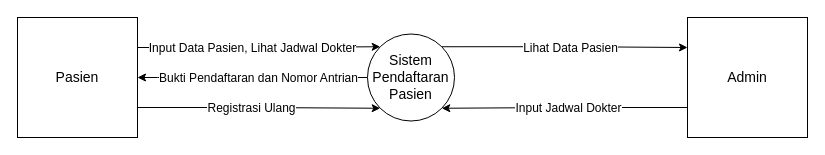
Above: page "DFD" (2 of 5) of Flowchart KlinikGo.drawio in riotryulianto/PBI-system-analyst (draw.io), before the change. Source tidied: cells renumbered, new cells numbered last; positions are measured from the earlier drawing's top-left corner, leaving out a move shared by most shapes. Both pictures are drawn from the tidied source at 100%, with x=0, y=0 at pixel (17, 17).
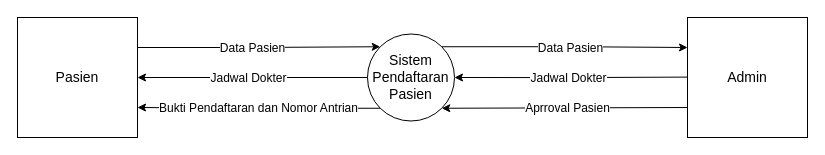
The same page after the edit.

The change refers to these unchanged cells:
```xml
<mxCell id="4" style="edgeStyle=orthogonalEdgeStyle;rounded=0;jettySize=auto;html=1;exitX=1;exitY=0;exitDx=0;exitDy=0;entryX=0;entryY=0.25;entryDx=0;entryDy=0;" parent="1" edge="1" source="6" target="9">
  <mxGeometry relative="1" as="geometry" />
</mxCell>
<mxCell id="6" value="Sistem Pendaftaran Pasien" style="ellipse;whiteSpace=wrap;html=1;fontSize=14;" parent="1" vertex="1">
  <mxGeometry x="350" y="16.5" width="87" height="87" as="geometry" />
</mxCell>
<mxCell id="9" value="Admin" style="whiteSpace=wrap;html=1;fontSize=14;" parent="1" vertex="1">
  <mxGeometry x="670" width="120" height="120" as="geometry" />
</mxCell>
<mxCell id="10" style="edgeStyle=orthogonalEdgeStyle;rounded=0;jettySize=auto;html=1;exitX=1;exitY=0.25;exitDx=0;exitDy=0;entryX=0;entryY=0;entryDx=0;entryDy=0;" parent="1" edge="1" source="14" target="6">
  <mxGeometry relative="1" as="geometry" />
</mxCell>
<mxCell id="14" value="Pasien" style="whiteSpace=wrap;html=1;fontSize=14;dashed=0;" parent="1" vertex="1">
  <mxGeometry width="120" height="120" as="geometry" />
</mxCell>
```

The edit, as a diff of the source:
```diff
@@
-    <mxCell id="2" style="edgeStyle=orthogonalEdgeStyle;rounded=0;jettySize=auto;html=1;exitX=0;exitY=0.5;exitDx=0;exitDy=0;entryX=1;entryY=0.5;entryDx=0;entryDy=0;" parent="1" edge="1" source="6" target="14">
-      <mxGeometry relative="1" as="geometry">
-        <Array as="points">
-          <mxPoint x="140" y="60" />
-          <mxPoint x="140" y="60" />
-        </Array>
-      </mxGeometry>
+    <mxCell id="2" style="edgeStyle=orthogonalEdgeStyle;rounded=0;jettySize=auto;html=1;exitX=0;exitY=1;exitDx=0;exitDy=0;entryX=1;entryY=0.75;entryDx=0;entryDy=0;" parent="1" edge="1" source="6" target="14">
+      <mxGeometry relative="1" as="geometry" />
     </mxCell>
     <mxCell id="3" value="Bukti Pendaftaran dan Nomor Antrian" style="edgeLabel;html=1;align=center;verticalAlign=middle;fontSize=12;" parent="2" vertex="1">
       <mxGeometry x="0.06" y="-1" relative="1" as="geometry">
-        <mxPoint x="12" y="1" as="offset" />
+        <mxPoint x="6" y="1" as="offset" />
       </mxGeometry>
     </mxCell>
@@
-    <mxCell id="5" value="Lihat Data Pasien" style="edgeLabel;html=1;align=center;verticalAlign=middle;fontSize=12;" parent="4" vertex="1">
+    <mxCell id="5" value="Data Pasien" style="edgeLabel;html=1;align=center;verticalAlign=middle;fontSize=12;" parent="4" vertex="1">
       <mxGeometry x="-0.12" y="-2" relative="1" as="geometry">
         <mxPoint x="20" y="-1" as="offset" />
       </mxGeometry>
     </mxCell>
@@
-    <mxCell id="7" style="edgeStyle=orthogonalEdgeStyle;rounded=0;jettySize=auto;html=1;exitX=0;exitY=0.75;exitDx=0;exitDy=0;entryX=1;entryY=1;entryDx=0;entryDy=0;" parent="1" edge="1" source="9" target="6">
+    <mxCell id="7" style="edgeStyle=orthogonalEdgeStyle;rounded=0;jettySize=auto;html=1;exitX=0;exitY=0.75;exitDx=0;exitDy=0;" parent="1" edge="1" target="6">
       <mxGeometry relative="1" as="geometry">
-        <Array as="points">
-          <mxPoint x="550" y="90" />
-          <mxPoint x="550" y="90" />
-        </Array>
+        <mxPoint x="670" y="59.6" as="sourcePoint" />
       </mxGeometry>
     </mxCell>
-    <mxCell id="8" value="Input Jadwal Dokter" style="edgeLabel;html=1;align=center;verticalAlign=middle;fontSize=12;" parent="7" vertex="1">
+    <mxCell id="8" value="Jadwal Dokter" style="edgeLabel;html=1;align=center;verticalAlign=middle;fontSize=12;" parent="7" vertex="1">
       <mxGeometry x="-0.16" y="1" relative="1" as="geometry">
-        <mxPoint x="-17" y="-1" as="offset" />
+        <mxPoint x="-22" y="-1" as="offset" />
       </mxGeometry>
     </mxCell>
@@
-    <mxCell id="11" value="Input Data Pasien, Lihat Jadwal Dokter" style="edgeLabel;html=1;align=center;verticalAlign=middle;fontSize=12;" parent="10" vertex="1">
+    <mxCell id="11" value="Data Pasien" style="edgeLabel;html=1;align=center;verticalAlign=middle;fontSize=12;" parent="10" vertex="1">
       <mxGeometry x="-0.14" y="-3" relative="1" as="geometry">
         <mxPoint x="9" y="-3" as="offset" />
       </mxGeometry>
     </mxCell>
-    <mxCell id="12" style="edgeStyle=orthogonalEdgeStyle;rounded=0;jettySize=auto;html=1;exitX=1;exitY=0.75;exitDx=0;exitDy=0;entryX=0;entryY=1;entryDx=0;entryDy=0;" parent="1" edge="1" source="14" target="6">
-      <mxGeometry relative="1" as="geometry" />
-    </mxCell>
-    <mxCell id="13" value="Registrasi Ulang" style="edgeLabel;html=1;align=center;verticalAlign=middle;fontSize=12;" parent="12" vertex="1">
-      <mxGeometry x="-0.16" y="-3" relative="1" as="geometry">
-        <mxPoint x="11" y="-3" as="offset" />
-      </mxGeometry>
-    </mxCell>
@@
+    <mxCell id="15" style="endArrow=classic;html=1;rounded=0;exitX=0;exitY=0.75;exitDx=0;exitDy=0;entryX=1;entryY=1;entryDx=0;entryDy=0;" parent="1" edge="1" source="9" target="6">
+      <mxGeometry relative="1" as="geometry" />
+    </mxCell>
+    <mxCell id="16" value="Aprroval Pasien" style="edgeLabel;html=1;align=center;verticalAlign=middle;fontSize=12;" parent="15" vertex="1">
+      <mxGeometry x="0.13" y="1" relative="1" as="geometry">
+        <mxPoint x="18" y="-1" as="offset" />
+      </mxGeometry>
+    </mxCell>
+    <mxCell id="17" style="endArrow=classic;html=1;rounded=0;entryX=1;entryY=0.5;entryDx=0;entryDy=0;exitX=0;exitY=0.5;exitDx=0;exitDy=0;" parent="1" edge="1" source="6" target="14">
+      <mxGeometry relative="1" as="geometry" />
+    </mxCell>
+    <mxCell id="18" value="Jadwal Dokter" style="edgeLabel;html=1;align=center;verticalAlign=middle;fontSize=12;" parent="17" vertex="1">
+      <mxGeometry x="-0.16" y="-2" relative="1" as="geometry">
+        <mxPoint x="-23" y="2" as="offset" />
+      </mxGeometry>
+    </mxCell>
```
